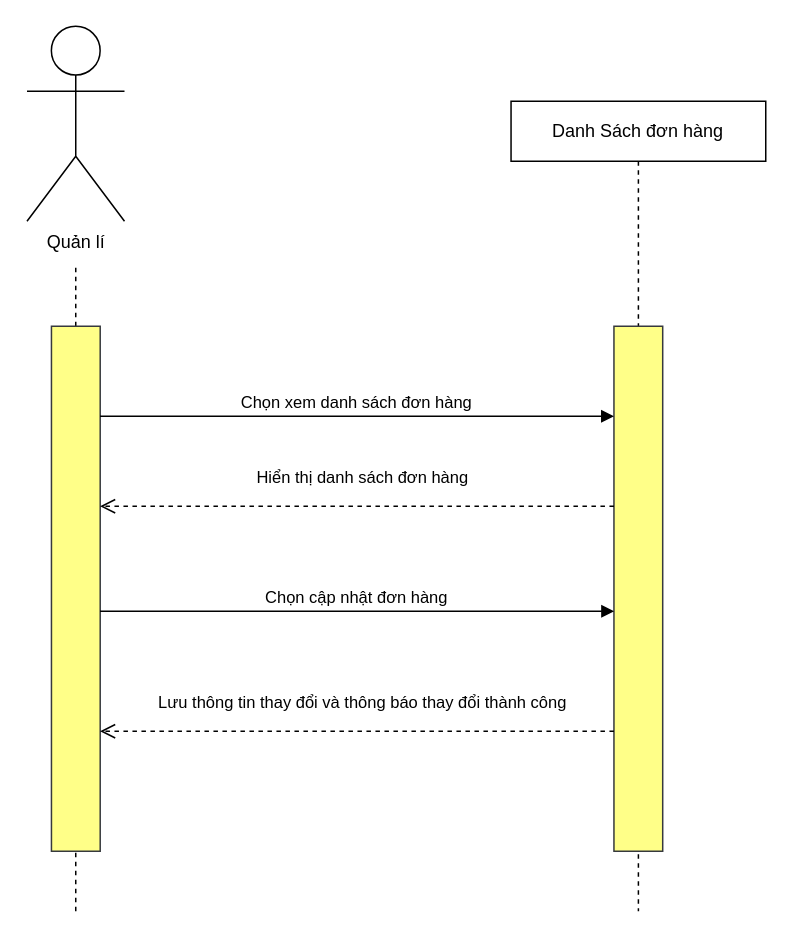
Above: Sequence Diagram/Tuong tac muc nghiep vu/UC06_QuanLiDonHang.drawio in NgocDang298/IT3120 (draw.io), before the change. Source tidied: cells renumbered, new cells numbered last; positions are measured from the earlier drawing's top-left corner, leaving out a move shared by most shapes. Both pictures are drawn from the tidied source at 150%, with x=0, y=0 at pixel (27, 26).
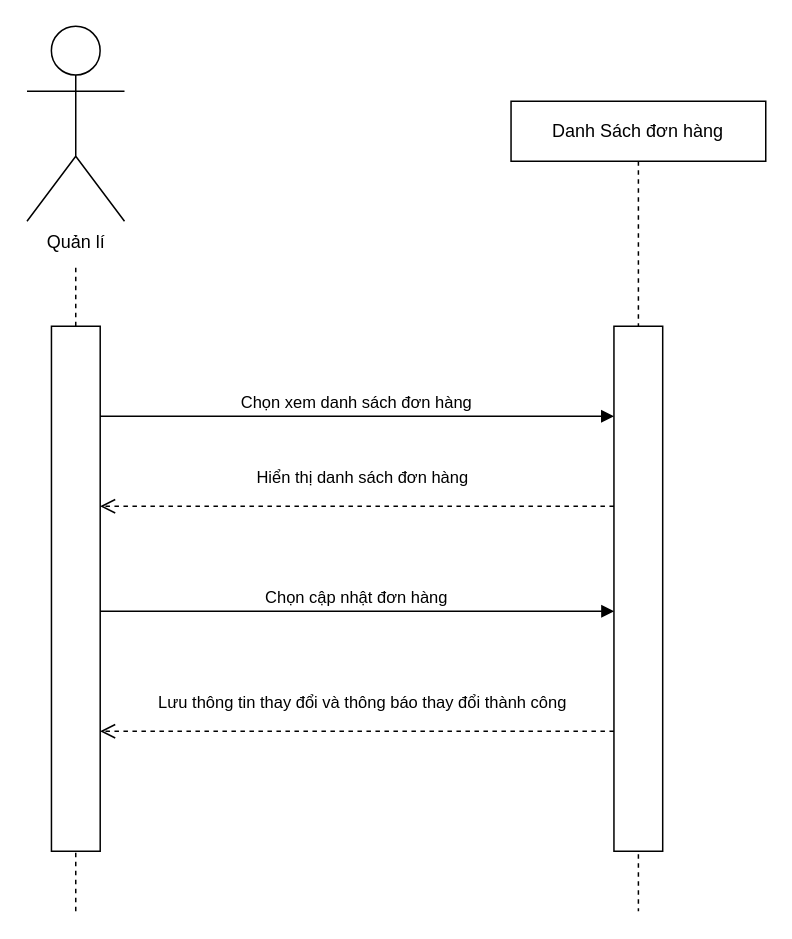
After the change.

Diff of the diagram source:
```diff
@@
 <mxGraphModel>
   <root>
     <mxCell id="0" />
     <mxCell id="1" parent="0" />
     <mxCell id="2" style="endArrow=none;dashed=1;html=1;rounded=0;" parent="1" edge="1">
       <mxGeometry relative="1" as="geometry">
         <mxPoint x="32" y="590" as="sourcePoint" />
         <mxPoint x="32" y="160" as="targetPoint" />
       </mxGeometry>
     </mxCell>
     <mxCell id="3" value="Danh Sách đơn hàng" style="shape=umlLifeline;perimeter=lifelinePerimeter;whiteSpace=wrap;html=1;newEdgeStyle={&quot;curved&quot;:0,&quot;rounded&quot;:0};" parent="1" vertex="1">
       <mxGeometry x="322.2" y="50" width="169.8" height="540" as="geometry" />
     </mxCell>
-    <mxCell id="4" style="html=1;points=[[0,0,0,0,5],[0,1,0,0,-5],[1,0,0,0,5],[1,1,0,0,-5]];perimeter=orthogonalPerimeter;outlineConnect=0;targetShapes=umlLifeline;portConstraint=eastwest;newEdgeStyle={&quot;curved&quot;:0,&quot;rounded&quot;:0};fillColor=#ffff88;strokeColor=#36393d;" parent="3" vertex="1">
+    <mxCell id="4" style="html=1;points=[[0,0,0,0,5],[0,1,0,0,-5],[1,0,0,0,5],[1,1,0,0,-5]];perimeter=orthogonalPerimeter;outlineConnect=0;targetShapes=umlLifeline;portConstraint=eastwest;newEdgeStyle={&quot;curved&quot;:0,&quot;rounded&quot;:0};" parent="3" vertex="1">
       <mxGeometry x="68.6" y="150" width="32.5" height="350" as="geometry" />
     </mxCell>
-    <mxCell id="5" style="html=1;perimeter=orthogonalPerimeter;targetShapes=umlLifeline;newEdgeStyle={&quot;curved&quot;:0,&quot;rounded&quot;:0};fillColor=#ffff88;strokeColor=#36393d;" parent="1" vertex="1">
+    <mxCell id="5" style="html=1;perimeter=orthogonalPerimeter;targetShapes=umlLifeline;newEdgeStyle={&quot;curved&quot;:0,&quot;rounded&quot;:0};" parent="1" vertex="1">
       <mxGeometry x="15.8" y="200" width="32.5" height="350" as="geometry" />
     </mxCell>
     <mxCell id="6" value="Hiển thị danh sách đơn hàng" style="html=1;verticalAlign=bottom;endArrow=open;dashed=1;endSize=8;curved=0;rounded=0;" parent="1" edge="1" source="4">
       <mxGeometry x="-0.02" y="-10" relative="1" as="geometry">
         <mxPoint x="48.2" y="320" as="targetPoint" />
       </mxGeometry>
     </mxCell>
     <mxCell id="7" value="Chọn xem danh sách đơn hàng" style="html=1;verticalAlign=bottom;endArrow=block;curved=0;rounded=0;" parent="1" edge="1" target="4">
       <mxGeometry relative="1" as="geometry">
         <mxPoint x="48.2" y="260" as="sourcePoint" />
         <Array as="points">
           <mxPoint x="98.2" y="260" />
         </Array>
       </mxGeometry>
     </mxCell>
     <mxCell id="8" value="Chọn cập nhật đơn hàng" style="html=1;verticalAlign=bottom;endArrow=block;curved=0;rounded=0;" parent="1" edge="1">
       <mxGeometry relative="1" as="geometry">
         <mxPoint x="48.2" y="390" as="sourcePoint" />
         <mxPoint x="390.9" y="390" as="targetPoint" />
         <Array as="points">
           <mxPoint x="98.2" y="390" />
         </Array>
       </mxGeometry>
     </mxCell>
     <mxCell id="9" value="Lưu thông tin thay đổi và thông báo thay đổi thành công" style="html=1;verticalAlign=bottom;endArrow=open;dashed=1;endSize=8;curved=0;rounded=0;" parent="1" edge="1" source="4">
       <mxGeometry x="-0.02" y="-10" relative="1" as="geometry">
         <mxPoint x="48.2" y="470" as="targetPoint" />
       </mxGeometry>
     </mxCell>
     <mxCell id="10" value="Quản lí" style="shape=umlActor;verticalLabelPosition=bottom;verticalAlign=top;html=1;" parent="1" vertex="1">
       <mxGeometry x="-0.5" width="65" height="130" as="geometry" />
     </mxCell>
   </root>
 </mxGraphModel>
```
